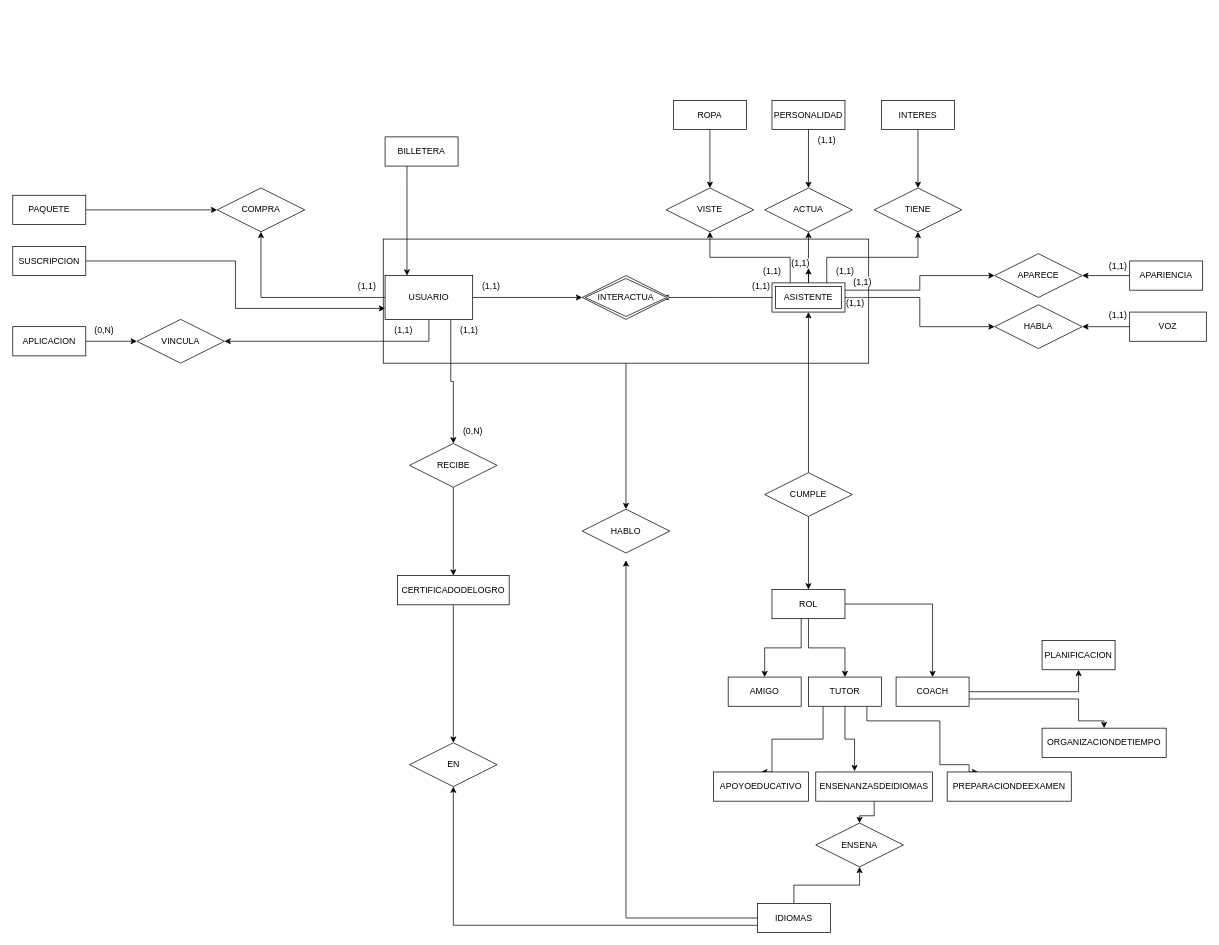
The draw.io diagram obligatorio1.drawio in MartinAlonsoo/ObligatorioBD1, before the edit. Source tidied: cells renumbered, new cells numbered last; positions are measured from the earlier drawing's top-left corner, leaving out a move shared by most shapes. Both pictures are drawn from the tidied source at 73%, with x=0, y=0 at pixel (12, 100).
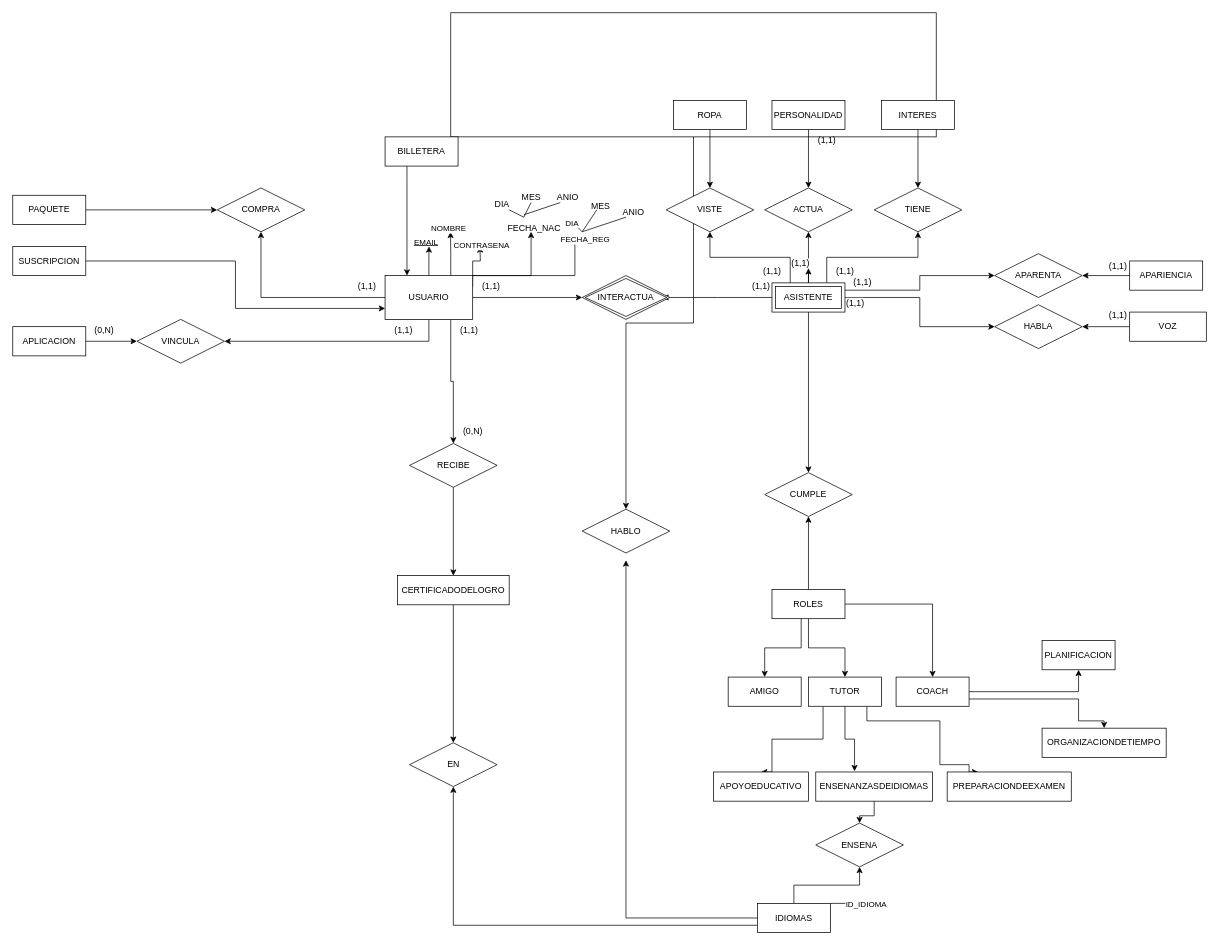
After the change.

The change refers to these unchanged cells:
```xml
<mxCell id="8" value="&lt;div&gt;USUARIO&lt;/div&gt;" style="rounded=0;whiteSpace=wrap;html=1;strokeColor=default;" parent="1" vertex="1">
  <mxGeometry x="510" y="240" width="120" height="60" as="geometry" />
</mxCell>
<mxCell id="16" value="ASISTENTE" style="shape=ext;margin=3;double=1;whiteSpace=wrap;html=1;align=center;" parent="1" vertex="1">
  <mxGeometry x="1040" y="250" width="100" height="40" as="geometry" />
</mxCell>
<mxCell id="36" value="IDIOMAS" style="whiteSpace=wrap;html=1;align=center;" parent="1" vertex="1">
  <mxGeometry x="1020" y="1100" width="100" height="40" as="geometry" />
</mxCell>
<mxCell id="46" value="CUMPLE" style="shape=rhombus;perimeter=rhombusPerimeter;whiteSpace=wrap;html=1;align=center;" parent="1" vertex="1">
  <mxGeometry x="1030" y="510" width="120" height="60" as="geometry" />
</mxCell>
```

The edit, as a diff of the source:
```diff
@@
     <mxCell id="3" style="rounded=0;whiteSpace=wrap;html=1;" parent="1" vertex="1">
-      <mxGeometry x="507.5" y="190" width="665" height="170" as="geometry" />
+      <mxGeometry x="600" y="-120" width="665" height="170" as="geometry" />
     </mxCell>
@@
+    <mxCell id="90" style="edgeStyle=orthogonalEdgeStyle;rounded=0;jettySize=auto;html=1;exitX=0.5;exitY=0;exitDx=0;exitDy=0;" parent="1" edge="1" source="8">
+      <mxGeometry relative="1" as="geometry">
+        <mxPoint x="570.2" y="200" as="targetPoint" />
+      </mxGeometry>
+    </mxCell>
+    <mxCell id="91" value="&lt;u&gt;EMAIL&lt;/u&gt;" style="edgeLabel;html=1;align=center;verticalAlign=middle;" parent="90" vertex="1">
+      <mxGeometry x="1" y="8" relative="1" as="geometry">
+        <mxPoint x="3" y="-6" as="offset" />
+      </mxGeometry>
+    </mxCell>
+    <mxCell id="92" style="edgeStyle=orthogonalEdgeStyle;rounded=0;jettySize=auto;html=1;exitX=0.75;exitY=0;exitDx=0;exitDy=0;" parent="1" edge="1" source="8">
+      <mxGeometry relative="1" as="geometry">
+        <mxPoint x="599.6" y="180" as="targetPoint" />
+      </mxGeometry>
+    </mxCell>
+    <mxCell id="93" value="NOMBRE" style="edgeLabel;html=1;align=center;verticalAlign=middle;" parent="92" vertex="1">
+      <mxGeometry x="1" y="6" relative="1" as="geometry">
+        <mxPoint x="3" y="-5" as="offset" />
+      </mxGeometry>
+    </mxCell>
+    <mxCell id="94" style="edgeStyle=orthogonalEdgeStyle;rounded=0;jettySize=auto;html=1;exitX=1;exitY=0;exitDx=0;exitDy=0;" parent="1" edge="1" source="8">
+      <mxGeometry relative="1" as="geometry">
+        <mxPoint x="640" y="200" as="targetPoint" />
+      </mxGeometry>
+    </mxCell>
+    <mxCell id="95" value="CONTRASENA" style="edgeLabel;html=1;align=center;verticalAlign=middle;" parent="94" vertex="1">
+      <mxGeometry x="1" y="-2" relative="1" as="geometry">
+        <mxPoint y="-1" as="offset" />
+      </mxGeometry>
+    </mxCell>
+    <mxCell id="96" style="edgeStyle=orthogonalEdgeStyle;rounded=0;jettySize=auto;html=1;exitX=1;exitY=0.25;exitDx=0;exitDy=0;" parent="1" edge="1" source="8">
+      <mxGeometry relative="1" as="geometry">
+        <mxPoint x="710" y="180" as="targetPoint" />
+        <Array as="points">
+          <mxPoint x="630" y="240" />
+          <mxPoint x="710" y="240" />
+        </Array>
+      </mxGeometry>
+    </mxCell>
+    <mxCell id="97" style="edgeStyle=orthogonalEdgeStyle;rounded=0;jettySize=auto;html=1;exitX=1;exitY=0;exitDx=0;exitDy=0;" parent="1" edge="1" source="8">
+      <mxGeometry relative="1" as="geometry">
+        <mxPoint x="780" y="190" as="targetPoint" />
+        <Array as="points">
+          <mxPoint x="770" y="240" />
+        </Array>
+      </mxGeometry>
+    </mxCell>
+    <mxCell id="98" value="FECHA_REG" style="edgeLabel;html=1;align=center;verticalAlign=middle;" parent="97" vertex="1">
+      <mxGeometry x="1" y="-3" relative="1" as="geometry">
+        <mxPoint x="3" y="-3" as="offset" />
+      </mxGeometry>
+    </mxCell>
@@
+    <mxCell id="99" style="edgeStyle=orthogonalEdgeStyle;rounded=0;jettySize=auto;html=1;entryX=0.5;entryY=0;entryDx=0;entryDy=0;" parent="1" edge="1" source="16" target="46">
+      <mxGeometry relative="1" as="geometry" />
+    </mxCell>
@@
+    <mxCell id="100" style="edgeStyle=orthogonalEdgeStyle;rounded=0;jettySize=auto;html=1;entryX=0.5;entryY=1;entryDx=0;entryDy=0;" parent="1" edge="1" source="21" target="46">
+      <mxGeometry relative="1" as="geometry" />
+    </mxCell>
-    <mxCell id="21" value="ROL" style="whiteSpace=wrap;html=1;align=center;" parent="1" vertex="1">
+    <mxCell id="21" value="ROLES" style="whiteSpace=wrap;html=1;align=center;" parent="1" vertex="1">
       <mxGeometry x="1040" y="670" width="100" height="40" as="geometry" />
     </mxCell>
@@
+    <mxCell id="101" style="edgeStyle=orthogonalEdgeStyle;rounded=0;jettySize=auto;html=1;" parent="1" edge="1" source="36">
+      <mxGeometry relative="1" as="geometry">
+        <mxPoint x="1170" y="1100" as="targetPoint" />
+        <Array as="points">
+          <mxPoint x="1145" y="1100" />
+          <mxPoint x="1170" y="1101" />
+        </Array>
+      </mxGeometry>
+    </mxCell>
+    <mxCell id="102" value="ID_IDIOMA" style="edgeLabel;html=1;align=center;verticalAlign=middle;" parent="101" vertex="1">
+      <mxGeometry x="0.97" relative="1" as="geometry" />
+    </mxCell>
@@
-    <mxCell id="40" value="APARECE" style="shape=rhombus;perimeter=rhombusPerimeter;whiteSpace=wrap;html=1;align=center;" parent="1" vertex="1">
+    <mxCell id="40" value="APARENTA" style="shape=rhombus;perimeter=rhombusPerimeter;whiteSpace=wrap;html=1;align=center;" parent="1" vertex="1">
       <mxGeometry x="1345" y="210" width="120" height="60" as="geometry" />
     </mxCell>
@@
-    <mxCell id="44" style="edgeStyle=orthogonalEdgeStyle;rounded=0;jettySize=auto;html=1;entryX=0.5;entryY=0;entryDx=0;entryDy=0;" parent="1" edge="1" source="46" target="21">
-      <mxGeometry relative="1" as="geometry" />
-    </mxCell>
-    <mxCell id="45" style="edgeStyle=orthogonalEdgeStyle;rounded=0;jettySize=auto;html=1;entryX=0.5;entryY=1;entryDx=0;entryDy=0;" parent="1" edge="1" source="46" target="16">
-      <mxGeometry relative="1" as="geometry" />
-    </mxCell>
@@
+    <mxCell id="103" value="FECHA_NAC" style="text;html=1;align=center;verticalAlign=middle;strokeColor=none;fillColor=none;" parent="1" vertex="1">
+      <mxGeometry x="663.5" y="160" width="100" height="30" as="geometry" />
+    </mxCell>
+    <mxCell id="104" style="endArrow=none;html=1;rounded=0;" parent="1" edge="1">
+      <mxGeometry relative="1" as="geometry">
+        <mxPoint x="680" y="150" as="sourcePoint" />
+        <mxPoint x="710" y="140" as="targetPoint" />
+        <Array as="points">
+          <mxPoint x="700" y="160" />
+        </Array>
+      </mxGeometry>
+    </mxCell>
+    <mxCell id="105" value="DIA" style="text;html=1;align=center;verticalAlign=middle;strokeColor=none;fillColor=none;" parent="1" vertex="1">
+      <mxGeometry x="650" y="128" width="40" height="30" as="geometry" />
+    </mxCell>
+    <mxCell id="106" value="MES" style="text;html=1;align=center;verticalAlign=middle;strokeColor=none;fillColor=none;" parent="1" vertex="1">
+      <mxGeometry x="685" y="118" width="50" height="30" as="geometry" />
+    </mxCell>
+    <mxCell id="107" style="endArrow=none;html=1;rounded=0;" parent="1" edge="1">
+      <mxGeometry relative="1" as="geometry">
+        <mxPoint x="700" y="156.8" as="sourcePoint" />
+        <mxPoint x="750" y="140" as="targetPoint" />
+      </mxGeometry>
+    </mxCell>
+    <mxCell id="108" value="ANIO" style="text;html=1;align=center;verticalAlign=middle;strokeColor=none;fillColor=none;" parent="1" vertex="1">
+      <mxGeometry x="735" y="118" width="50" height="30" as="geometry" />
+    </mxCell>
+    <mxCell id="109" style="endArrow=none;html=1;rounded=0;" parent="1" edge="1">
+      <mxGeometry relative="1" as="geometry">
+        <mxPoint x="770" y="170" as="sourcePoint" />
+        <mxPoint x="800" y="150" as="targetPoint" />
+        <Array as="points">
+          <mxPoint x="780" y="180" />
+        </Array>
+      </mxGeometry>
+    </mxCell>
+    <mxCell id="110" value="DIA" style="edgeLabel;html=1;align=center;verticalAlign=middle;" parent="109" vertex="1">
+      <mxGeometry x="-1" y="-6" relative="1" as="geometry">
+        <mxPoint y="-7" as="offset" />
+      </mxGeometry>
+    </mxCell>
+    <mxCell id="111" value="MES" style="text;html=1;align=center;verticalAlign=middle;strokeColor=none;fillColor=none;" parent="1" vertex="1">
+      <mxGeometry x="780" y="130" width="50" height="30" as="geometry" />
+    </mxCell>
+    <mxCell id="112" style="endArrow=none;html=1;rounded=0;" parent="1" edge="1">
+      <mxGeometry relative="1" as="geometry">
+        <mxPoint x="840" y="160" as="sourcePoint" />
+        <mxPoint x="780" y="180" as="targetPoint" />
+      </mxGeometry>
+    </mxCell>
+    <mxCell id="113" value="ANIO" style="text;html=1;align=center;verticalAlign=middle;strokeColor=none;fillColor=none;" parent="1" vertex="1">
+      <mxGeometry x="825" y="138" width="50" height="30" as="geometry" />
+    </mxCell>
```
